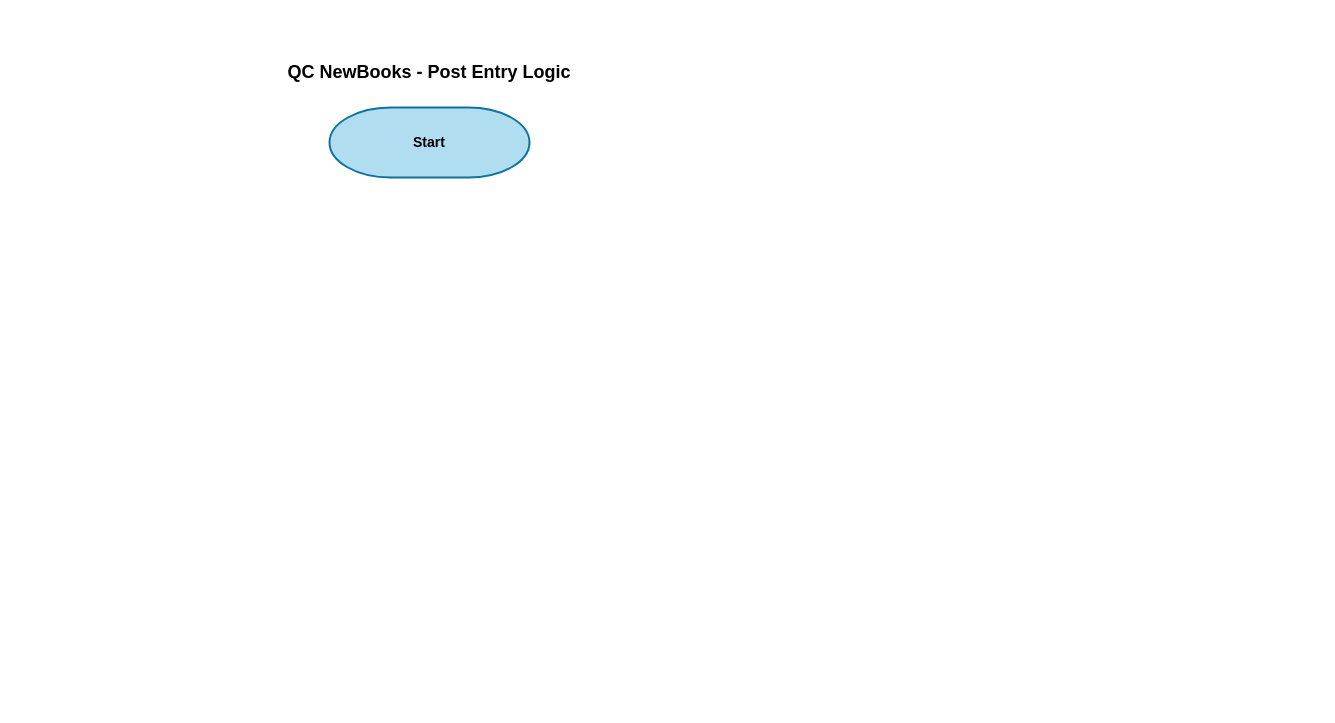
Earlier version of the draw.io diagram page "Part A -Flowchart" (1 of 2) of QC_NewBooks_Diagrams.drawio (gganigan/diagram-qc-new-books). Source tidied: cells renumbered, new cells numbered last; positions are measured from the earlier drawing's top-left corner, leaving out a move shared by most shapes. Both pictures are drawn from the tidied source at 100%, with x=0, y=0 at pixel (269, 27).
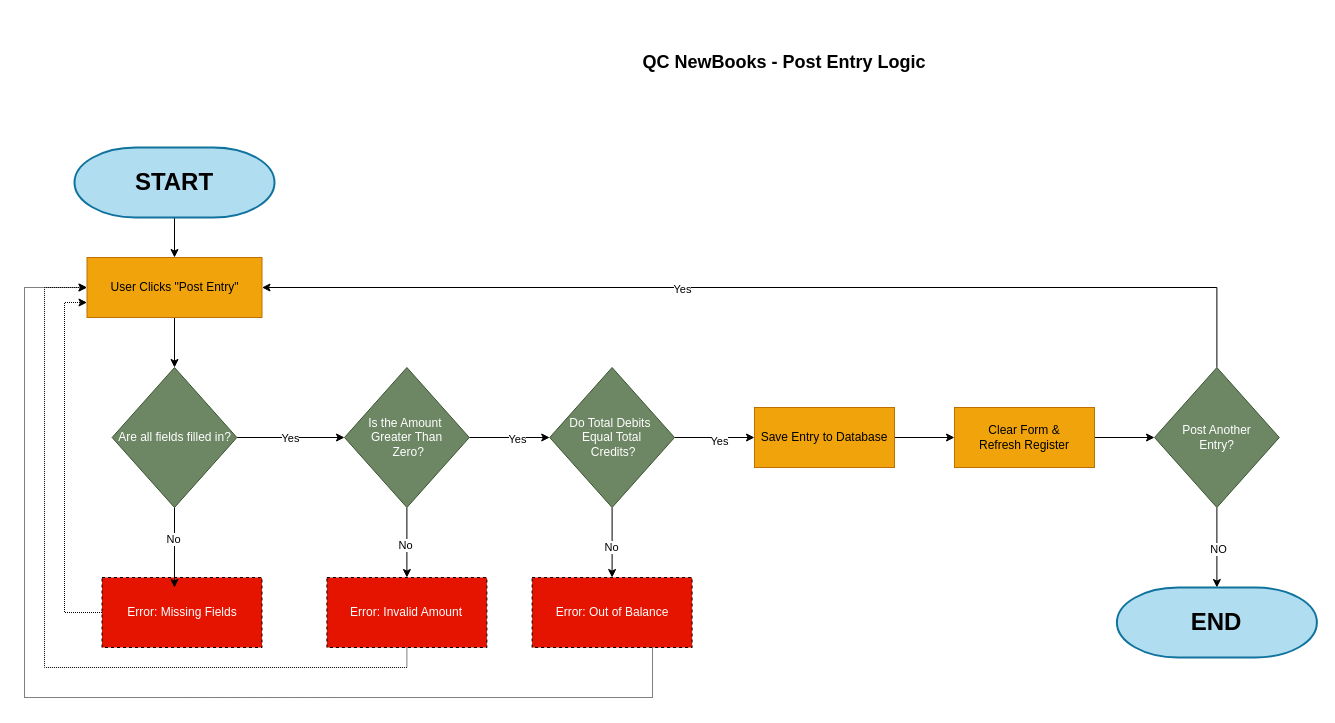
The same diagram, later.

The edit, as a diff of the source:
```diff
@@
     <mxCell id="2" value="&lt;h2&gt;QC NewBooks - Post Entry Logic&lt;/h2&gt;" style="text;html=1;whiteSpace=wrap;strokeColor=none;fillColor=none;align=center;verticalAlign=middle;rounded=0;" parent="1" vertex="1">
-      <mxGeometry width="320" height="90" as="geometry" />
+      <mxGeometry x="305" y="-10" width="420" height="90" as="geometry" />
     </mxCell>
+    <mxCell id="4" style="edgeStyle=orthogonalEdgeStyle;rounded=0;jettySize=auto;html=1;exitX=0.5;exitY=1;exitDx=0;exitDy=0;exitPerimeter=0;entryX=0.5;entryY=0;entryDx=0;entryDy=0;" parent="1" edge="1" source="3" target="6">
+      <mxGeometry relative="1" as="geometry" />
+    </mxCell>
-    <mxCell id="3" value="&lt;h3&gt;&lt;b&gt;Start&lt;/b&gt;&lt;/h3&gt;" style="strokeWidth=2;html=1;shape=mxgraph.flowchart.terminator;whiteSpace=wrap;labelBackgroundColor=none;fillColor=#b1ddf0;strokeColor=#10739e;" parent="1" vertex="1">
-      <mxGeometry x="60" y="80" width="200" height="70" as="geometry" />
+    <mxCell id="3" value="&lt;h1&gt;&lt;b&gt;START&lt;/b&gt;&lt;/h1&gt;" style="strokeWidth=2;html=1;shape=mxgraph.flowchart.terminator;whiteSpace=wrap;labelBackgroundColor=none;fillColor=#b1ddf0;strokeColor=#10739e;" parent="1" vertex="1">
+      <mxGeometry x="-195" y="120" width="200" height="70" as="geometry" />
     </mxCell>
+    <mxCell id="5" style="edgeStyle=orthogonalEdgeStyle;rounded=0;jettySize=auto;html=1;exitX=0.5;exitY=1;exitDx=0;exitDy=0;entryX=0.5;entryY=0;entryDx=0;entryDy=0;" parent="1" edge="1" source="6" target="9">
+      <mxGeometry relative="1" as="geometry" />
+    </mxCell>
+    <mxCell id="6" value="User Clicks &quot;Post Entry&quot;" style="html=1;dashed=0;whiteSpace=wrap;fillColor=#f0a30a;strokeColor=#BD7000;fontColor=#000000;" parent="1" vertex="1">
+      <mxGeometry x="-182.5" y="230" width="175" height="60" as="geometry" />
+    </mxCell>
+    <mxCell id="7" style="edgeStyle=orthogonalEdgeStyle;rounded=0;jettySize=auto;html=1;exitX=1;exitY=0.5;exitDx=0;exitDy=0;entryX=0;entryY=0.5;entryDx=0;entryDy=0;" parent="1" edge="1" source="9" target="18">
+      <mxGeometry relative="1" as="geometry" />
+    </mxCell>
+    <mxCell id="8" value="Yes" style="edgeLabel;html=1;align=center;verticalAlign=middle;" parent="7" vertex="1">
+      <mxGeometry x="-0.02" relative="1" as="geometry" />
+    </mxCell>
+    <mxCell id="9" value="Are all fields filled in?" style="rhombus;whiteSpace=wrap;html=1;fillColor=#6d8764;fontColor=#ffffff;strokeColor=#3A5431;" parent="1" vertex="1">
+      <mxGeometry x="-157.4" y="340" width="124.8" height="140" as="geometry" />
+    </mxCell>
+    <mxCell id="10" style="edgeStyle=orthogonalEdgeStyle;rounded=0;jettySize=auto;html=1;exitX=0;exitY=0.5;exitDx=0;exitDy=0;entryX=0;entryY=0.75;entryDx=0;entryDy=0;dashed=1;dashPattern=1 1;" parent="1" edge="1" source="11" target="6">
+      <mxGeometry relative="1" as="geometry">
+        <Array as="points">
+          <mxPoint x="-205" y="585" />
+          <mxPoint x="-205" y="275" />
+        </Array>
+      </mxGeometry>
+    </mxCell>
+    <mxCell id="11" value="Error: Missing Fields" style="html=1;dashed=1;whiteSpace=wrap;fillColor=#e51400;fontColor=#ffffff;strokeColor=default;" parent="1" vertex="1">
+      <mxGeometry x="-167.5" y="550" width="160" height="70" as="geometry" />
+    </mxCell>
+    <mxCell id="12" style="edgeStyle=orthogonalEdgeStyle;rounded=0;jettySize=auto;html=1;entryX=0.453;entryY=0.143;entryDx=0;entryDy=0;entryPerimeter=0;exitX=0.5;exitY=1;exitDx=0;exitDy=0;" parent="1" edge="1" source="9" target="11">
+      <mxGeometry relative="1" as="geometry" />
+    </mxCell>
+    <mxCell id="13" value="No" style="edgeLabel;html=1;align=center;verticalAlign=middle;" parent="12" vertex="1">
+      <mxGeometry x="-0.19" y="-1" relative="1" as="geometry" />
+    </mxCell>
+    <mxCell id="14" style="edgeStyle=orthogonalEdgeStyle;rounded=0;jettySize=auto;html=1;entryX=0.5;entryY=0;entryDx=0;entryDy=0;exitX=0.5;exitY=1;exitDx=0;exitDy=0;" parent="1" edge="1" source="18" target="20">
+      <mxGeometry relative="1" as="geometry" />
+    </mxCell>
+    <mxCell id="15" value="No" style="edgeLabel;html=1;align=center;verticalAlign=middle;" parent="14" vertex="1">
+      <mxGeometry x="0.06" y="-2" relative="1" as="geometry" />
+    </mxCell>
+    <mxCell id="16" style="edgeStyle=orthogonalEdgeStyle;rounded=0;jettySize=auto;html=1;exitX=1;exitY=0.5;exitDx=0;exitDy=0;entryX=0;entryY=0.5;entryDx=0;entryDy=0;" parent="1" edge="1" source="18" target="25">
+      <mxGeometry relative="1" as="geometry" />
+    </mxCell>
+    <mxCell id="17" value="Yes" style="edgeLabel;html=1;align=center;verticalAlign=middle;" parent="16" vertex="1">
+      <mxGeometry x="0.23" y="-1" relative="1" as="geometry">
+        <mxPoint x="-1" as="offset" />
+      </mxGeometry>
+    </mxCell>
+    <mxCell id="18" value="Is the Amount&amp;nbsp;&lt;div&gt;Greater Than&lt;/div&gt;&lt;div&gt;&amp;nbsp;Zero?&lt;/div&gt;" style="rhombus;whiteSpace=wrap;html=1;fillColor=#6d8764;fontColor=#ffffff;strokeColor=#3A5431;" parent="1" vertex="1">
+      <mxGeometry x="75" y="340" width="124.8" height="140" as="geometry" />
+    </mxCell>
+    <mxCell id="19" style="edgeStyle=orthogonalEdgeStyle;rounded=0;jettySize=auto;html=1;exitX=0.5;exitY=1;exitDx=0;exitDy=0;entryX=0;entryY=0.5;entryDx=0;entryDy=0;dashed=1;dashPattern=1 1;" parent="1" edge="1" source="20" target="6">
+      <mxGeometry relative="1" as="geometry">
+        <Array as="points">
+          <mxPoint x="137" y="640" />
+          <mxPoint x="-225" y="640" />
+          <mxPoint x="-225" y="260" />
+        </Array>
+      </mxGeometry>
+    </mxCell>
+    <mxCell id="20" value="Error: Invalid Amount" style="html=1;dashed=1;whiteSpace=wrap;fillColor=#e51400;fontColor=#ffffff;strokeColor=default;" parent="1" vertex="1">
+      <mxGeometry x="57.4" y="550" width="160" height="70" as="geometry" />
+    </mxCell>
+    <mxCell id="21" style="edgeStyle=orthogonalEdgeStyle;rounded=0;jettySize=auto;html=1;entryX=0.5;entryY=0;entryDx=0;entryDy=0;exitX=0.5;exitY=1;exitDx=0;exitDy=0;" parent="1" edge="1" source="25" target="27">
+      <mxGeometry relative="1" as="geometry" />
+    </mxCell>
+    <mxCell id="22" value="No" style="edgeLabel;html=1;align=center;verticalAlign=middle;" parent="21" vertex="1">
+      <mxGeometry x="0.09" y="-1" relative="1" as="geometry">
+        <mxPoint y="1" as="offset" />
+      </mxGeometry>
+    </mxCell>
+    <mxCell id="23" style="edgeStyle=orthogonalEdgeStyle;rounded=0;jettySize=auto;html=1;exitX=1;exitY=0.5;exitDx=0;exitDy=0;entryX=0;entryY=0.5;entryDx=0;entryDy=0;" parent="1" edge="1" source="25" target="29">
+      <mxGeometry relative="1" as="geometry" />
+    </mxCell>
+    <mxCell id="24" value="Yes" style="edgeLabel;html=1;align=center;verticalAlign=middle;" parent="23" vertex="1">
+      <mxGeometry x="0.11" y="-3" relative="1" as="geometry" />
+    </mxCell>
+    <mxCell id="25" value="Do Total Debits&amp;nbsp;&lt;div&gt;Equal Total&lt;/div&gt;&lt;div&gt;&amp;nbsp;Credits?&lt;/div&gt;" style="rhombus;whiteSpace=wrap;html=1;fillColor=#6d8764;fontColor=#ffffff;strokeColor=#3A5431;" parent="1" vertex="1">
+      <mxGeometry x="280.2" y="340" width="124.8" height="140" as="geometry" />
+    </mxCell>
+    <mxCell id="26" style="edgeStyle=orthogonalEdgeStyle;rounded=0;jettySize=auto;html=1;entryX=0;entryY=0.5;entryDx=0;entryDy=0;dashed=1;dashPattern=1 1;" parent="1" edge="1" source="27" target="6">
+      <mxGeometry relative="1" as="geometry">
+        <Array as="points">
+          <mxPoint x="383" y="670" />
+          <mxPoint x="-245" y="670" />
+          <mxPoint x="-245" y="260" />
+        </Array>
+      </mxGeometry>
+    </mxCell>
+    <mxCell id="27" value="Error: Out of Balance" style="html=1;dashed=1;whiteSpace=wrap;fillColor=#e51400;fontColor=#ffffff;strokeColor=default;" parent="1" vertex="1">
+      <mxGeometry x="262.6" y="550" width="160" height="70" as="geometry" />
+    </mxCell>
+    <mxCell id="28" style="edgeStyle=orthogonalEdgeStyle;rounded=0;jettySize=auto;html=1;exitX=1;exitY=0.5;exitDx=0;exitDy=0;entryX=0;entryY=0.5;entryDx=0;entryDy=0;" parent="1" edge="1" source="29" target="31">
+      <mxGeometry relative="1" as="geometry" />
+    </mxCell>
+    <mxCell id="29" value="Save Entry to Database" style="html=1;dashed=0;whiteSpace=wrap;fillColor=#f0a30a;strokeColor=#BD7000;fontColor=#000000;" parent="1" vertex="1">
+      <mxGeometry x="485" y="380" width="140" height="60" as="geometry" />
+    </mxCell>
+    <mxCell id="30" style="edgeStyle=orthogonalEdgeStyle;rounded=0;jettySize=auto;html=1;entryX=0;entryY=0.5;entryDx=0;entryDy=0;" parent="1" edge="1" source="31" target="36">
+      <mxGeometry relative="1" as="geometry" />
+    </mxCell>
+    <mxCell id="31" value="Clear Form &amp;amp;&lt;div&gt;Refresh Register&lt;/div&gt;" style="html=1;dashed=0;whiteSpace=wrap;fillColor=#f0a30a;strokeColor=#BD7000;fontColor=#000000;" parent="1" vertex="1">
+      <mxGeometry x="685" y="380" width="140" height="60" as="geometry" />
+    </mxCell>
+    <mxCell id="32" style="edgeStyle=orthogonalEdgeStyle;rounded=0;jettySize=auto;html=1;exitX=0.5;exitY=0;exitDx=0;exitDy=0;entryX=1;entryY=0.5;entryDx=0;entryDy=0;" parent="1" edge="1" source="36" target="6">
+      <mxGeometry relative="1" as="geometry" />
+    </mxCell>
+    <mxCell id="33" value="Yes" style="edgeLabel;html=1;align=center;verticalAlign=middle;" parent="32" vertex="1">
+      <mxGeometry x="0.19" relative="1" as="geometry">
+        <mxPoint x="1" y="1" as="offset" />
+      </mxGeometry>
+    </mxCell>
+    <mxCell id="34" style="edgeStyle=orthogonalEdgeStyle;rounded=0;jettySize=auto;html=1;exitX=0.5;exitY=1;exitDx=0;exitDy=0;exitPerimeter=0;entryX=0.5;entryY=0;entryDx=0;entryDy=0;entryPerimeter=0;" parent="1" edge="1" source="36" target="37">
+      <mxGeometry relative="1" as="geometry" />
+    </mxCell>
+    <mxCell id="35" value="NO" style="edgeLabel;html=1;align=center;verticalAlign=middle;" parent="34" vertex="1">
+      <mxGeometry x="0.01" y="1" relative="1" as="geometry">
+        <mxPoint y="1" as="offset" />
+      </mxGeometry>
+    </mxCell>
+    <mxCell id="36" value="Post Another&lt;div&gt;Entry?&lt;/div&gt;" style="rhombus;whiteSpace=wrap;html=1;fillColor=#6d8764;fontColor=#ffffff;strokeColor=#3A5431;" parent="1" vertex="1">
+      <mxGeometry x="885" y="340" width="124.8" height="140" as="geometry" />
+    </mxCell>
+    <mxCell id="37" value="&lt;h1&gt;END&lt;/h1&gt;" style="strokeWidth=2;html=1;shape=mxgraph.flowchart.terminator;whiteSpace=wrap;labelBackgroundColor=none;fillColor=#b1ddf0;strokeColor=#10739e;" parent="1" vertex="1">
+      <mxGeometry x="847.4" y="560" width="200" height="70" as="geometry" />
+    </mxCell>
```
